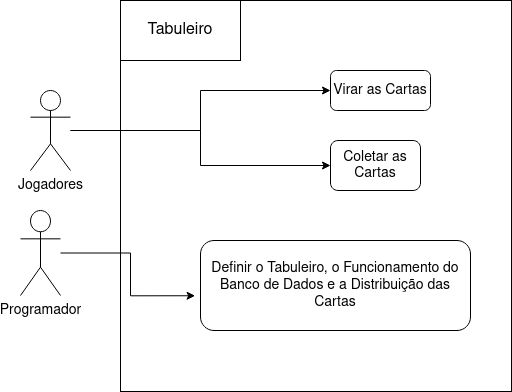
FelipeRibeirooo/Entrega-03-OO-UML keeps this draw.io diagram as Diagrama de Caso de Uso.drawio.png. Above is the earlier version. Source tidied: cells renumbered, new cells last; positions are measured from the earlier drawing's top-left corner, leaving out a move shared by most shapes.
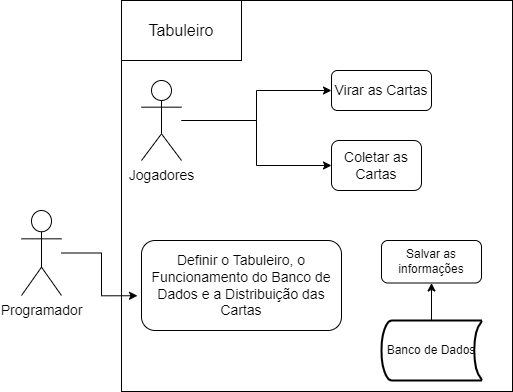
After the change.

Diff of the diagram source:
```diff
@@ -21,10 +21,10 @@
       <mxGeometry relative="1" as="geometry" />
     </mxCell>
     <mxCell id="7" value="&lt;div&gt;&lt;font style=&quot;font-size: 14px;&quot;&gt;Jogadores&lt;/font&gt;&lt;/div&gt;" style="shape=umlActor;verticalLabelPosition=bottom;verticalAlign=top;html=1;outlineConnect=0;" parent="1" vertex="1">
-      <mxGeometry x="10" y="90" width="40" height="80" as="geometry" />
+      <mxGeometry x="120" y="80" width="40" height="80" as="geometry" />
     </mxCell>
     <mxCell id="8" value="&lt;font style=&quot;font-size: 14px;&quot;&gt;Definir o Tabuleiro, o Funcionamento do Banco de Dados e a Distribuição das Cartas&lt;/font&gt;" style="text;html=1;strokeColor=default;fillColor=none;align=center;verticalAlign=middle;whiteSpace=wrap;rounded=1;" parent="1" vertex="1">
-      <mxGeometry x="180" y="240" width="270" height="90" as="geometry" />
+      <mxGeometry x="120" y="240" width="200" height="90" as="geometry" />
     </mxCell>
     <mxCell id="9" value="&lt;font style=&quot;font-size: 14px;&quot;&gt;Virar as Cartas&lt;/font&gt;" style="text;html=1;strokeColor=default;fillColor=none;align=center;verticalAlign=middle;whiteSpace=wrap;rounded=1;" parent="1" vertex="1">
       <mxGeometry x="310" y="70" width="100" height="40" as="geometry" />
@@ -38,5 +38,14 @@
     <mxCell id="12" style="edgeStyle=orthogonalEdgeStyle;rounded=0;jettySize=auto;html=1;entryX=-0.02;entryY=0.614;entryDx=0;entryDy=0;entryPerimeter=0;" parent="1" edge="1" source="2" target="8">
       <mxGeometry relative="1" as="geometry" />
     </mxCell>
+    <mxCell id="13" style="edgeStyle=orthogonalEdgeStyle;rounded=0;jettySize=auto;html=1;entryX=0.5;entryY=1;entryDx=0;entryDy=0;" parent="1" edge="1" source="14" target="15">
+      <mxGeometry relative="1" as="geometry" />
+    </mxCell>
+    <mxCell id="14" value="Banco de Dados" style="strokeWidth=2;html=1;shape=mxgraph.flowchart.stored_data;whiteSpace=wrap;" parent="1" vertex="1">
+      <mxGeometry x="360" y="320" width="100" height="60" as="geometry" />
+    </mxCell>
+    <mxCell id="15" value="Salvar as informações" style="rounded=1;whiteSpace=wrap;html=1;" parent="1" vertex="1">
+      <mxGeometry x="360" y="240" width="100" height="42.5" as="geometry" />
+    </mxCell>
   </root>
 </mxGraphModel>
```
